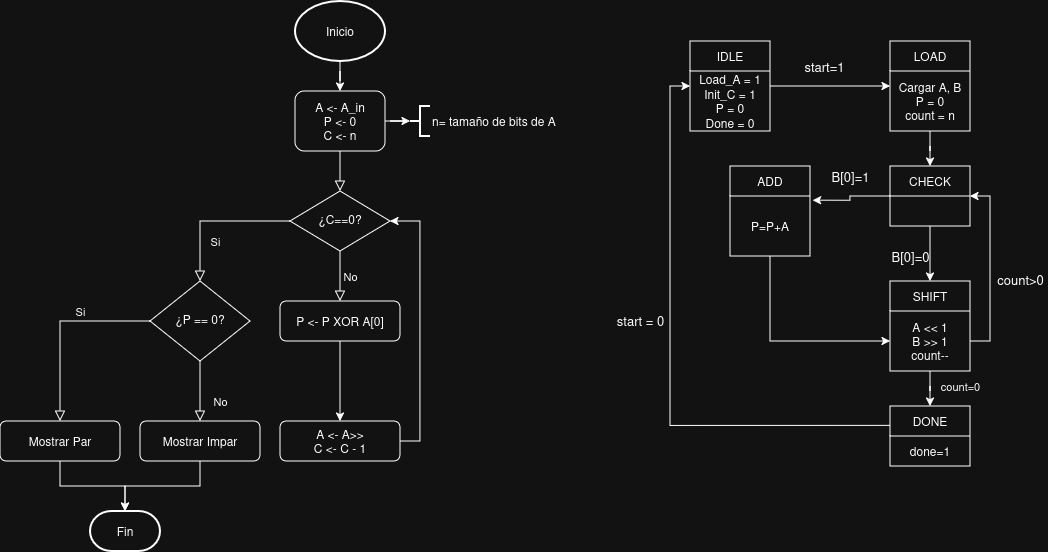
Before: Paridad.drawio.png, a diagram exported from draw.io (r3-electro-hub/Digital-l). Source tidied: cells renumbered, new cells last; positions are measured from the earlier drawing's top-left corner, leaving out a move shared by most shapes.
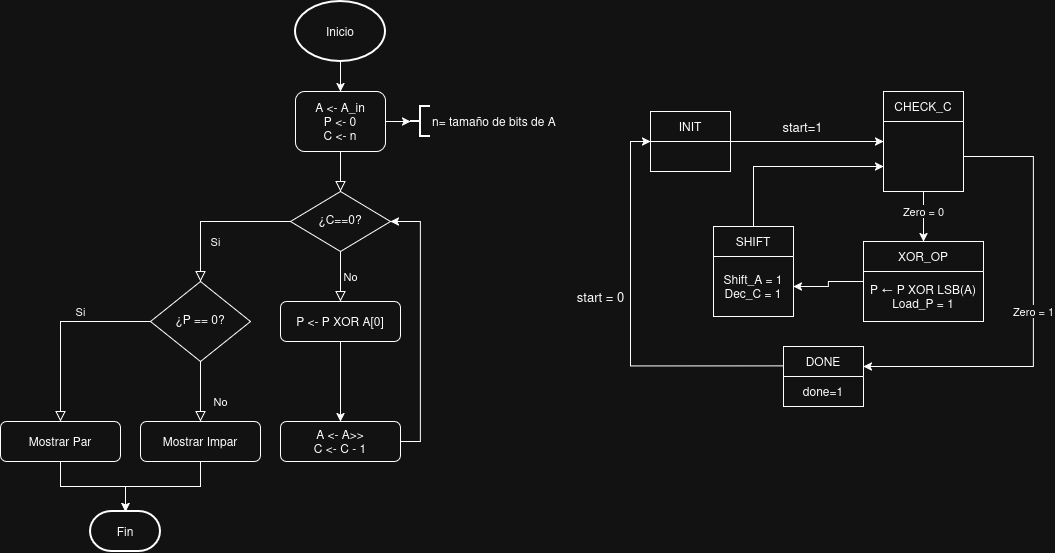
The same diagram one commit later.

What changed in the source:
```diff
@@ -65,64 +65,55 @@
     <mxCell id="22" value="n= tamaño de bits de A" style="strokeWidth=2;html=1;shape=mxgraph.flowchart.annotation_2;align=left;labelPosition=right;" parent="1" vertex="1">
       <mxGeometry x="410" y="105" width="20" height="30" as="geometry" />
     </mxCell>
-    <mxCell id="23" value="&lt;font style=&quot;font-size: 13px;&quot;&gt;start=1&lt;/font&gt;" style="edgeStyle=orthogonalEdgeStyle;rounded=0;jettySize=auto;html=1;" parent="1" edge="1" source="24" target="27">
-      <mxGeometry x="-0.09" y="20" relative="1" as="geometry" />
+    <mxCell id="23" value="&lt;font style=&quot;font-size: 13px;&quot;&gt;start=1&lt;/font&gt;" style="edgeStyle=orthogonalEdgeStyle;rounded=0;jettySize=auto;html=1;" parent="1" edge="1" source="42" target="44">
+      <mxGeometry x="-0.06" y="15" relative="1" as="geometry" />
     </mxCell>
-    <mxCell id="24" value="IDLE" style="swimlane;fontStyle=0;horizontal=1;startSize=30;whiteSpace=wrap;html=1;" parent="1" vertex="1">
-      <mxGeometry x="690" y="40" width="80" height="90" as="geometry" />
-    </mxCell>
-    <mxCell id="25" value="&lt;span&gt;Load_A = 1&lt;/span&gt;&lt;br&gt;&lt;span&gt;Init_C = 1&lt;/span&gt;&lt;br&gt;&lt;span&gt;P = 0&lt;/span&gt;&lt;br&gt;&lt;span&gt;Done = 0&lt;/span&gt;" style="text;html=1;whiteSpace=wrap;strokeColor=none;fillColor=none;align=center;verticalAlign=middle;rounded=0;" parent="24" vertex="1">
-      <mxGeometry y="30" width="80" height="60" as="geometry" />
-    </mxCell>
-    <mxCell id="26" style="edgeStyle=orthogonalEdgeStyle;rounded=0;jettySize=auto;html=1;" parent="1" edge="1" source="27" target="31">
-      <mxGeometry relative="1" as="geometry" />
-    </mxCell>
-    <mxCell id="27" value="LOAD" style="swimlane;fontStyle=0;horizontal=1;startSize=30;whiteSpace=wrap;html=1;" parent="1" vertex="1">
-      <mxGeometry x="890" y="40" width="80" height="90" as="geometry" />
-    </mxCell>
-    <mxCell id="28" value="&lt;div&gt;Cargar A, B&lt;/div&gt;&lt;div&gt;P = 0&lt;/div&gt;&lt;div&gt;count = n&lt;/div&gt;" style="text;html=1;whiteSpace=wrap;strokeColor=none;fillColor=none;align=center;verticalAlign=middle;rounded=0;" parent="27" vertex="1">
-      <mxGeometry y="30" width="80" height="60" as="geometry" />
-    </mxCell>
-    <mxCell id="29" value="&lt;font style=&quot;font-size: 13px;&quot;&gt;B[0]=1&lt;/font&gt;" style="edgeStyle=orthogonalEdgeStyle;rounded=0;jettySize=auto;html=1;entryX=1.034;entryY=0.07;entryDx=0;entryDy=0;entryPerimeter=0;" parent="1" edge="1" source="31" target="33">
-      <mxGeometry x="-0.02" y="-20" relative="1" as="geometry">
-        <mxPoint x="20" y="-20" as="offset" />
-      </mxGeometry>
-    </mxCell>
-    <mxCell id="30" value="&lt;font style=&quot;font-size: 13px;&quot;&gt;B[0]=0&lt;/font&gt;" style="edgeStyle=orthogonalEdgeStyle;rounded=0;jettySize=auto;html=1;entryX=0.5;entryY=0;entryDx=0;entryDy=0;" parent="1" edge="1" source="31" target="34">
-      <mxGeometry x="0.09" y="-20" relative="1" as="geometry" />
-    </mxCell>
-    <mxCell id="31" value="CHECK" style="swimlane;fontStyle=0;horizontal=1;startSize=30;whiteSpace=wrap;html=1;" parent="1" vertex="1">
-      <mxGeometry x="890" y="165" width="80" height="60" as="geometry" />
-    </mxCell>
-    <mxCell id="32" value="ADD" style="swimlane;fontStyle=0;horizontal=1;startSize=30;whiteSpace=wrap;html=1;" parent="1" vertex="1">
-      <mxGeometry x="730" y="165" width="80" height="90" as="geometry" />
-    </mxCell>
-    <mxCell id="33" value="P=P+A" style="text;html=1;whiteSpace=wrap;strokeColor=none;fillColor=none;align=center;verticalAlign=middle;rounded=0;" parent="32" vertex="1">
-      <mxGeometry y="30" width="80" height="60" as="geometry" />
-    </mxCell>
+    <mxCell id="42" value="INIT" style="swimlane;fontStyle=0;horizontal=1;startSize=30;whiteSpace=wrap;html=1;" parent="1" vertex="1">
+      <mxGeometry x="650" y="110" width="80" height="60" as="geometry" />
+    </mxCell>
+    <mxCell id="43" value="Zero = 0" style="edgeStyle=orthogonalEdgeStyle;rounded=0;jettySize=auto;html=1;" parent="1" edge="1" source="44" target="46">
+      <mxGeometry x="-0.2" relative="1" as="geometry" />
+    </mxCell>
+    <mxCell id="44" value="CHECK_C" style="swimlane;fontStyle=0;horizontal=1;startSize=30;whiteSpace=wrap;html=1;" parent="1" vertex="1">
+      <mxGeometry x="883" y="90" width="80" height="100" as="geometry" />
+    </mxCell>
+    <mxCell id="45" style="edgeStyle=orthogonalEdgeStyle;rounded=0;jettySize=auto;html=1;" parent="1" edge="1" source="46" target="49">
+      <mxGeometry x="-0.02" y="-20" relative="1" as="geometry">
+        <mxPoint x="20" y="-20" as="offset" />
+      </mxGeometry>
+    </mxCell>
+    <mxCell id="46" value="XOR_OP" style="swimlane;fontStyle=0;horizontal=1;startSize=30;whiteSpace=wrap;html=1;" parent="1" vertex="1">
+      <mxGeometry x="863" y="240" width="120" height="80" as="geometry" />
+    </mxCell>
+    <mxCell id="47" value="&lt;span&gt;P ← P XOR LSB&lt;/span&gt;(A)&lt;br&gt;&lt;span&gt;Load_P = 1&lt;/span&gt;" style="text;html=1;whiteSpace=wrap;strokeColor=none;fillColor=none;align=center;verticalAlign=middle;rounded=0;" parent="46" vertex="1">
+      <mxGeometry y="30" width="120" height="50" as="geometry" />
+    </mxCell>
+    <mxCell id="48" style="edgeStyle=orthogonalEdgeStyle;rounded=0;jettySize=auto;html=1;exitX=0.5;exitY=0;exitDx=0;exitDy=0;entryX=0;entryY=0.75;entryDx=0;entryDy=0;" parent="1" edge="1" source="34" target="44">
+      <mxGeometry relative="1" as="geometry" />
+    </mxCell>
     <mxCell id="34" value="SHIFT" style="swimlane;fontStyle=0;horizontal=1;startSize=30;whiteSpace=wrap;html=1;" parent="1" vertex="1">
-      <mxGeometry x="890" y="280" width="80" height="90" as="geometry" />
+      <mxGeometry x="713" y="225" width="80" height="90" as="geometry" />
     </mxCell>
-    <mxCell id="35" value="&lt;div&gt;A &amp;lt;&amp;lt; 1&lt;/div&gt;&lt;div&gt;B &amp;gt;&amp;gt; 1&lt;/div&gt;&lt;div&gt;count--&lt;/div&gt;" style="text;html=1;whiteSpace=wrap;strokeColor=none;fillColor=none;align=center;verticalAlign=middle;rounded=0;" parent="34" vertex="1">
-      <mxGeometry y="30" width="80" height="60" as="geometry" />
-    </mxCell>
-    <mxCell id="36" style="edgeStyle=orthogonalEdgeStyle;rounded=0;jettySize=auto;html=1;entryX=0;entryY=0.5;entryDx=0;entryDy=0;exitX=0.5;exitY=1;exitDx=0;exitDy=0;" parent="1" edge="1" source="33" target="35">
-      <mxGeometry relative="1" as="geometry" />
-    </mxCell>
-    <mxCell id="37" value="&lt;table&gt;&lt;tbody&gt;&lt;tr&gt;&lt;td&gt;&lt;/td&gt;&lt;/tr&gt;&lt;/tbody&gt;&lt;/table&gt;&lt;table&gt;&lt;tbody&gt;&lt;tr&gt;&lt;td&gt;&lt;font style=&quot;font-size: 13px;&quot;&gt;count&amp;gt;0&lt;/font&gt;&lt;/td&gt;&lt;/tr&gt;&lt;/tbody&gt;&lt;/table&gt;" style="edgeStyle=orthogonalEdgeStyle;rounded=0;jettySize=auto;html=1;exitX=1;exitY=0.5;exitDx=0;exitDy=0;entryX=1;entryY=0.5;entryDx=0;entryDy=0;" parent="1" edge="1" source="35" target="31">
-      <mxGeometry x="-0.08" y="-30" relative="1" as="geometry" />
-    </mxCell>
+    <mxCell id="49" value="&lt;span&gt;Shift_A = 1&lt;/span&gt;&lt;br&gt;&lt;span&gt;Dec_C = 1&lt;/span&gt;" style="text;html=1;whiteSpace=wrap;strokeColor=none;fillColor=none;align=center;verticalAlign=middle;rounded=0;" parent="34" vertex="1">
+      <mxGeometry y="30" width="80" height="60" as="geometry" />
+    </mxCell>
     <mxCell id="38" value="DONE" style="swimlane;fontStyle=0;horizontal=1;startSize=30;whiteSpace=wrap;html=1;" parent="1" vertex="1">
-      <mxGeometry x="890" y="405" width="80" height="60" as="geometry" />
+      <mxGeometry x="783" y="345" width="80" height="60" as="geometry" />
     </mxCell>
     <mxCell id="39" value="done=1" style="text;html=1;whiteSpace=wrap;strokeColor=none;fillColor=none;align=center;verticalAlign=middle;rounded=0;" parent="38" vertex="1">
       <mxGeometry y="30" width="80" height="30" as="geometry" />
     </mxCell>
-    <mxCell id="40" value="count=0" style="edgeStyle=orthogonalEdgeStyle;rounded=0;jettySize=auto;html=1;" parent="1" edge="1" source="35" target="38">
-      <mxGeometry x="-0.33" y="30" relative="1" as="geometry" />
-    </mxCell>
-    <mxCell id="41" value="&lt;font style=&quot;font-size: 13px;&quot;&gt;start = 0&lt;/font&gt;" style="edgeStyle=orthogonalEdgeStyle;rounded=0;jettySize=auto;html=1;entryX=0;entryY=0.5;entryDx=0;entryDy=0;exitX=-0.005;exitY=0.323;exitDx=0;exitDy=0;exitPerimeter=0;" parent="1" edge="1" source="38" target="24">
+    <mxCell id="41" value="&lt;font style=&quot;font-size: 13px;&quot;&gt;start = 0&lt;/font&gt;" style="edgeStyle=orthogonalEdgeStyle;rounded=0;jettySize=auto;html=1;entryX=0;entryY=0.5;entryDx=0;entryDy=0;exitX=-0.005;exitY=0.323;exitDx=0;exitDy=0;exitPerimeter=0;" parent="1" edge="1" source="38" target="42">
       <mxGeometry x="0.12" y="30" relative="1" as="geometry" />
     </mxCell>
+    <mxCell id="50" value="Zero = 1" style="edgeStyle=orthogonalEdgeStyle;rounded=0;jettySize=auto;html=1;exitX=1;exitY=0.5;exitDx=0;exitDy=0;" parent="1" edge="1" target="38">
+      <mxGeometry relative="1" as="geometry">
+        <mxPoint x="963" y="155" as="sourcePoint" />
+        <Array as="points">
+          <mxPoint x="1033" y="155" />
+          <mxPoint x="1033" y="365" />
+        </Array>
+      </mxGeometry>
+    </mxCell>
   </root>
 </mxGraphModel>
```
